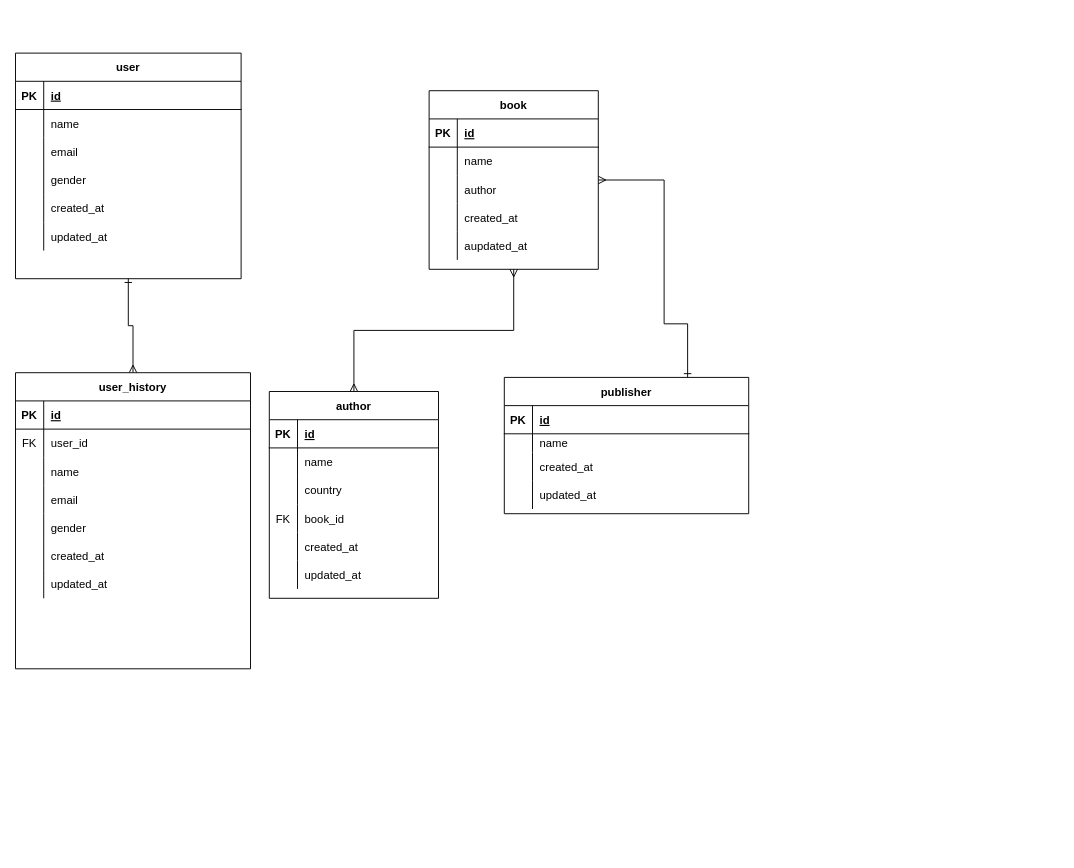
Above: bookmanager/book_erd.drawio in Yeongmin1992/springboot-fastcampus (draw.io), before the change. Source tidied: cells renumbered, new cells numbered last; positions are measured from the earlier drawing's top-left corner, leaving out a move shared by most shapes. Both pictures are drawn from the tidied source at 94%, with x=0, y=0 at pixel (15, 53).
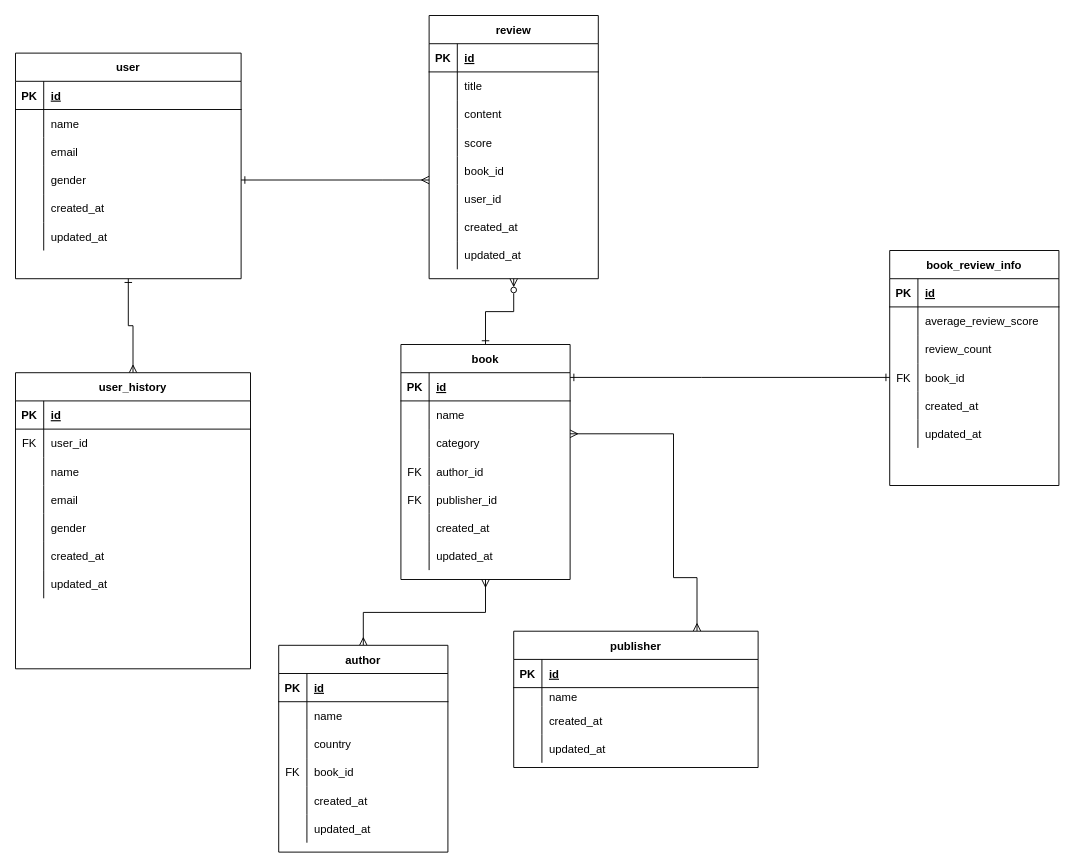
After the change.

The change refers to these unchanged cells:
```xml
<mxCell id="3" value="user" style="shape=table;startSize=30;childLayout=tableLayout;rowLines=0;fontStyle=1;align=center;" parent="1" vertex="1">
  <mxGeometry width="240" height="240" as="geometry" />
</mxCell>
<mxCell id="13" style="shape=partialRectangle;fillColor=none;top=0;left=0;bottom=0;right=0;points=[[0,0.5],[1,0.5]];portConstraint=eastwest;" parent="3" vertex="1">
  <mxGeometry y="120" width="240" height="30" as="geometry" />
</mxCell>
<mxCell id="22" value="user_history" style="shape=table;startSize=30;childLayout=tableLayout;rowLines=0;fontStyle=1;align=center;" parent="1" vertex="1">
  <mxGeometry y="340" width="250" height="315" as="geometry" />
</mxCell>
<mxCell id="53" style="shape=partialRectangle;fillColor=none;top=0;left=0;bottom=0;right=0;" parent="46" vertex="1">
  <mxGeometry y="90" width="180" height="30" as="geometry" />
</mxCell>
<mxCell id="56" style="shape=partialRectangle;fillColor=none;top=0;left=0;bottom=0;right=0;" parent="46" vertex="1">
  <mxGeometry y="120" width="180" height="30" as="geometry" />
</mxCell>
<mxCell id="59" style="shape=partialRectangle;fillColor=none;top=0;left=0;bottom=0;right=0;" parent="46" vertex="1">
  <mxGeometry y="150" width="180" height="30" as="geometry" />
</mxCell>
```

Diff of the diagram source:
```diff
@@
     <mxCell id="2" style="edgeStyle=orthogonalEdgeStyle;rounded=0;jettySize=auto;html=1;startArrow=ERone;startFill=0;endArrow=ERmany;endFill=0;" parent="1" edge="1" source="3" target="22">
-      <mxGeometry relative="1" as="geometry" />
+      <mxGeometry relative="1" as="geometry">
+        <Array as="points">
+          <mxPoint x="120" y="290" />
+          <mxPoint x="125" y="290" />
+        </Array>
+      </mxGeometry>
     </mxCell>
@@
-    <mxCell id="45" style="edgeStyle=orthogonalEdgeStyle;rounded=0;jettySize=auto;html=1;entryX=0.75;entryY=0;entryDx=0;entryDy=0;startArrow=ERmany;startFill=0;endArrow=ERone;endFill=0;" parent="1" edge="1" source="46" target="81">
+    <mxCell id="45" style="edgeStyle=orthogonalEdgeStyle;rounded=0;jettySize=auto;html=1;entryX=0.75;entryY=0;entryDx=0;entryDy=0;startArrow=ERmany;startFill=0;endArrow=ERmany;endFill=0;" parent="1" edge="1" source="46" target="81">
       <mxGeometry relative="1" as="geometry">
         <Array as="points">
-          <mxPoint x="690" y="135" />
-          <mxPoint x="690" y="288" />
-          <mxPoint x="715" y="288" />
+          <mxPoint x="700" y="405" />
+          <mxPoint x="700" y="558" />
+          <mxPoint x="725" y="558" />
         </Array>
       </mxGeometry>
     </mxCell>
+    <mxCell id="94" style="edgeStyle=orthogonalEdgeStyle;rounded=0;jettySize=auto;html=1;entryX=0.5;entryY=1;entryDx=0;entryDy=0;startArrow=ERone;startFill=0;endArrow=ERzeroToMany;endFill=0;" parent="1" edge="1" source="46" target="101">
+      <mxGeometry relative="1" as="geometry" />
+    </mxCell>
     <mxCell id="46" value="book" style="shape=table;startSize=30;childLayout=tableLayout;rowLines=0;fontStyle=1;align=center;" parent="1" vertex="1">
-      <mxGeometry x="440" y="40" width="180" height="190" as="geometry" />
+      <mxGeometry x="410" y="310" width="180" height="250" as="geometry" />
     </mxCell>
@@
-    <mxCell id="55" value="author" style="shape=partialRectangle;fillColor=none;top=0;left=0;bottom=0;right=0;align=left;spacingLeft=6;overflow=hidden;" parent="53" vertex="1">
+    <mxCell id="55" value="category" style="shape=partialRectangle;fillColor=none;top=0;left=0;bottom=0;right=0;align=left;spacingLeft=6;overflow=hidden;" parent="53" vertex="1">
       <mxGeometry x="30" width="150" height="30" as="geometry" />
     </mxCell>
@@
-    <mxCell id="57" style="shape=partialRectangle;fillColor=none;top=0;left=0;bottom=0;right=0;overflow=hidden;" parent="56" vertex="1">
+    <mxCell id="57" value="FK" style="shape=partialRectangle;fillColor=none;top=0;left=0;bottom=0;right=0;overflow=hidden;" parent="56" vertex="1">
       <mxGeometry width="30" height="30" as="geometry" />
     </mxCell>
-    <mxCell id="58" value="created_at" style="shape=partialRectangle;fillColor=none;top=0;left=0;bottom=0;right=0;align=left;spacingLeft=6;overflow=hidden;" parent="56" vertex="1">
+    <mxCell id="58" value="author_id" style="shape=partialRectangle;fillColor=none;top=0;left=0;bottom=0;right=0;align=left;spacingLeft=6;overflow=hidden;" parent="56" vertex="1">
       <mxGeometry x="30" width="150" height="30" as="geometry" />
     </mxCell>
@@
-    <mxCell id="60" style="shape=partialRectangle;fillColor=none;top=0;left=0;bottom=0;right=0;overflow=hidden;" parent="59" vertex="1">
+    <mxCell id="60" value="FK" style="shape=partialRectangle;fillColor=none;top=0;left=0;bottom=0;right=0;overflow=hidden;" parent="59" vertex="1">
       <mxGeometry width="30" height="30" as="geometry" />
     </mxCell>
-    <mxCell id="61" value="aupdated_at" style="shape=partialRectangle;fillColor=none;top=0;left=0;bottom=0;right=0;align=left;spacingLeft=6;overflow=hidden;" parent="59" vertex="1">
+    <mxCell id="61" value="publisher_id" style="shape=partialRectangle;fillColor=none;top=0;left=0;bottom=0;right=0;align=left;spacingLeft=6;overflow=hidden;" parent="59" vertex="1">
       <mxGeometry x="30" width="150" height="30" as="geometry" />
     </mxCell>
+    <mxCell id="95" style="shape=partialRectangle;fillColor=none;top=0;left=0;bottom=0;right=0;" parent="46" vertex="1">
+      <mxGeometry y="180" width="180" height="30" as="geometry" />
+    </mxCell>
+    <mxCell id="96" style="shape=partialRectangle;fillColor=none;top=0;left=0;bottom=0;right=0;overflow=hidden;" parent="95" vertex="1">
+      <mxGeometry width="30" height="30" as="geometry" />
+    </mxCell>
+    <mxCell id="97" value="created_at" style="shape=partialRectangle;fillColor=none;top=0;left=0;bottom=0;right=0;align=left;spacingLeft=6;overflow=hidden;" parent="95" vertex="1">
+      <mxGeometry x="30" width="150" height="30" as="geometry" />
+    </mxCell>
+    <mxCell id="98" style="shape=partialRectangle;fillColor=none;top=0;left=0;bottom=0;right=0;" parent="46" vertex="1">
+      <mxGeometry y="210" width="180" height="30" as="geometry" />
+    </mxCell>
+    <mxCell id="99" style="shape=partialRectangle;fillColor=none;top=0;left=0;bottom=0;right=0;overflow=hidden;" parent="98" vertex="1">
+      <mxGeometry width="30" height="30" as="geometry" />
+    </mxCell>
+    <mxCell id="100" value="updated_at" style="shape=partialRectangle;fillColor=none;top=0;left=0;bottom=0;right=0;align=left;spacingLeft=6;overflow=hidden;" parent="98" vertex="1">
+      <mxGeometry x="30" width="150" height="30" as="geometry" />
+    </mxCell>
     <mxCell id="62" value="author" style="shape=table;startSize=30;childLayout=tableLayout;rowLines=0;fontStyle=1;align=center;" parent="1" vertex="1">
-      <mxGeometry x="270" y="360" width="180" height="220" as="geometry" />
+      <mxGeometry x="280" y="630" width="180" height="220" as="geometry" />
     </mxCell>
@@
     <mxCell id="81" value="publisher" style="shape=table;startSize=30;childLayout=tableLayout;rowLines=0;fontStyle=1;align=center;" parent="1" vertex="1">
-      <mxGeometry x="520" y="345" width="260" height="145" as="geometry" />
+      <mxGeometry x="530" y="615" width="260" height="145" as="geometry" />
     </mxCell>
@@
+    <mxCell id="101" value="review" style="shape=table;startSize=30;childLayout=tableLayout;rowLines=0;fontStyle=1;align=center;" parent="1" vertex="1">
+      <mxGeometry x="440" y="-40" width="180" height="280" as="geometry" />
+    </mxCell>
+    <mxCell id="102" style="shape=partialRectangle;fillColor=none;top=0;left=0;bottom=1;right=0;" parent="101" vertex="1">
+      <mxGeometry y="30" width="180" height="30" as="geometry" />
+    </mxCell>
+    <mxCell id="103" value="PK" style="shape=partialRectangle;fillColor=none;top=0;left=0;bottom=0;right=0;fontStyle=1;overflow=hidden;" parent="102" vertex="1">
+      <mxGeometry width="30" height="30" as="geometry" />
+    </mxCell>
+    <mxCell id="104" value="id" style="shape=partialRectangle;fillColor=none;top=0;left=0;bottom=0;right=0;align=left;spacingLeft=6;fontStyle=5;overflow=hidden;" parent="102" vertex="1">
+      <mxGeometry x="30" width="150" height="30" as="geometry" />
+    </mxCell>
+    <mxCell id="105" style="shape=partialRectangle;fillColor=none;top=0;left=0;bottom=0;right=0;" parent="101" vertex="1">
+      <mxGeometry y="60" width="180" height="30" as="geometry" />
+    </mxCell>
+    <mxCell id="106" style="shape=partialRectangle;fillColor=none;top=0;left=0;bottom=0;right=0;overflow=hidden;" parent="105" vertex="1">
+      <mxGeometry width="30" height="30" as="geometry" />
+    </mxCell>
+    <mxCell id="107" value="title" style="shape=partialRectangle;fillColor=none;top=0;left=0;bottom=0;right=0;align=left;spacingLeft=6;overflow=hidden;" parent="105" vertex="1">
+      <mxGeometry x="30" width="150" height="30" as="geometry" />
+    </mxCell>
+    <mxCell id="108" style="shape=partialRectangle;fillColor=none;top=0;left=0;bottom=0;right=0;" parent="101" vertex="1">
+      <mxGeometry y="90" width="180" height="30" as="geometry" />
+    </mxCell>
+    <mxCell id="109" style="shape=partialRectangle;fillColor=none;top=0;left=0;bottom=0;right=0;overflow=hidden;" parent="108" vertex="1">
+      <mxGeometry width="30" height="30" as="geometry" />
+    </mxCell>
+    <mxCell id="110" value="content" style="shape=partialRectangle;fillColor=none;top=0;left=0;bottom=0;right=0;align=left;spacingLeft=6;overflow=hidden;" parent="108" vertex="1">
+      <mxGeometry x="30" width="150" height="30" as="geometry" />
+    </mxCell>
+    <mxCell id="111" style="shape=partialRectangle;fillColor=none;top=0;left=0;bottom=0;right=0;" parent="101" vertex="1">
+      <mxGeometry y="120" width="180" height="30" as="geometry" />
+    </mxCell>
+    <mxCell id="112" style="shape=partialRectangle;fillColor=none;top=0;left=0;bottom=0;right=0;overflow=hidden;" parent="111" vertex="1">
+      <mxGeometry width="30" height="30" as="geometry" />
+    </mxCell>
+    <mxCell id="113" value="score" style="shape=partialRectangle;fillColor=none;top=0;left=0;bottom=0;right=0;align=left;spacingLeft=6;overflow=hidden;" parent="111" vertex="1">
+      <mxGeometry x="30" width="150" height="30" as="geometry" />
+    </mxCell>
+    <mxCell id="114" style="shape=partialRectangle;fillColor=none;top=0;left=0;bottom=0;right=0;points=[[0,0.5],[1,0.5]];portConstraint=eastwest;" parent="101" vertex="1">
+      <mxGeometry y="150" width="180" height="30" as="geometry" />
+    </mxCell>
+    <mxCell id="115" style="shape=partialRectangle;fillColor=none;top=0;left=0;bottom=0;right=0;overflow=hidden;" parent="114" vertex="1">
+      <mxGeometry width="30" height="30" as="geometry" />
+    </mxCell>
+    <mxCell id="116" value="book_id" style="shape=partialRectangle;fillColor=none;top=0;left=0;bottom=0;right=0;align=left;spacingLeft=6;overflow=hidden;" parent="114" vertex="1">
+      <mxGeometry x="30" width="150" height="30" as="geometry" />
+    </mxCell>
+    <mxCell id="117" style="shape=partialRectangle;fillColor=none;top=0;left=0;bottom=0;right=0;" parent="101" vertex="1">
+      <mxGeometry y="180" width="180" height="30" as="geometry" />
+    </mxCell>
+    <mxCell id="118" style="shape=partialRectangle;fillColor=none;top=0;left=0;bottom=0;right=0;overflow=hidden;" parent="117" vertex="1">
+      <mxGeometry width="30" height="30" as="geometry" />
+    </mxCell>
+    <mxCell id="119" value="user_id" style="shape=partialRectangle;fillColor=none;top=0;left=0;bottom=0;right=0;align=left;spacingLeft=6;overflow=hidden;" parent="117" vertex="1">
+      <mxGeometry x="30" width="150" height="30" as="geometry" />
+    </mxCell>
+    <mxCell id="120" style="shape=partialRectangle;fillColor=none;top=0;left=0;bottom=0;right=0;" parent="101" vertex="1">
+      <mxGeometry y="210" width="180" height="30" as="geometry" />
+    </mxCell>
+    <mxCell id="121" style="shape=partialRectangle;fillColor=none;top=0;left=0;bottom=0;right=0;overflow=hidden;" parent="120" vertex="1">
+      <mxGeometry width="30" height="30" as="geometry" />
+    </mxCell>
+    <mxCell id="122" value="created_at" style="shape=partialRectangle;fillColor=none;top=0;left=0;bottom=0;right=0;align=left;spacingLeft=6;overflow=hidden;" parent="120" vertex="1">
+      <mxGeometry x="30" width="150" height="30" as="geometry" />
+    </mxCell>
+    <mxCell id="123" style="shape=partialRectangle;fillColor=none;top=0;left=0;bottom=0;right=0;" parent="101" vertex="1">
+      <mxGeometry y="240" width="180" height="30" as="geometry" />
+    </mxCell>
+    <mxCell id="124" style="shape=partialRectangle;fillColor=none;top=0;left=0;bottom=0;right=0;overflow=hidden;" parent="123" vertex="1">
+      <mxGeometry width="30" height="30" as="geometry" />
+    </mxCell>
+    <mxCell id="125" value="updated_at" style="shape=partialRectangle;fillColor=none;top=0;left=0;bottom=0;right=0;align=left;spacingLeft=6;overflow=hidden;" parent="123" vertex="1">
+      <mxGeometry x="30" width="150" height="30" as="geometry" />
+    </mxCell>
+    <mxCell id="126" style="edgeStyle=orthogonalEdgeStyle;rounded=0;jettySize=auto;html=1;startArrow=ERone;startFill=0;endArrow=ERmany;endFill=0;" parent="1" edge="1" source="13" target="114">
+      <mxGeometry relative="1" as="geometry">
+        <Array as="points">
+          <mxPoint x="390" y="135" />
+          <mxPoint x="390" y="135" />
+        </Array>
+      </mxGeometry>
+    </mxCell>
+    <mxCell id="127" value="book_review_info" style="shape=table;startSize=30;childLayout=tableLayout;rowLines=0;fontStyle=1;align=center;" parent="1" vertex="1">
+      <mxGeometry x="930" y="210" width="180" height="250" as="geometry" />
+    </mxCell>
+    <mxCell id="128" style="shape=partialRectangle;fillColor=none;top=0;left=0;bottom=1;right=0;" parent="127" vertex="1">
+      <mxGeometry y="30" width="180" height="30" as="geometry" />
+    </mxCell>
+    <mxCell id="129" value="PK" style="shape=partialRectangle;fillColor=none;top=0;left=0;bottom=0;right=0;fontStyle=1;overflow=hidden;" parent="128" vertex="1">
+      <mxGeometry width="30" height="30" as="geometry" />
+    </mxCell>
+    <mxCell id="130" value="id" style="shape=partialRectangle;fillColor=none;top=0;left=0;bottom=0;right=0;align=left;spacingLeft=6;fontStyle=5;overflow=hidden;" parent="128" vertex="1">
+      <mxGeometry x="30" width="150" height="30" as="geometry" />
+    </mxCell>
+    <mxCell id="131" style="shape=partialRectangle;fillColor=none;top=0;left=0;bottom=0;right=0;" parent="127" vertex="1">
+      <mxGeometry y="60" width="180" height="30" as="geometry" />
+    </mxCell>
+    <mxCell id="132" style="shape=partialRectangle;fillColor=none;top=0;left=0;bottom=0;right=0;overflow=hidden;" parent="131" vertex="1">
+      <mxGeometry width="30" height="30" as="geometry" />
+    </mxCell>
+    <mxCell id="133" value="average_review_score" style="shape=partialRectangle;fillColor=none;top=0;left=0;bottom=0;right=0;align=left;spacingLeft=6;overflow=hidden;" parent="131" vertex="1">
+      <mxGeometry x="30" width="150" height="30" as="geometry" />
+    </mxCell>
+    <mxCell id="134" style="shape=partialRectangle;fillColor=none;top=0;left=0;bottom=0;right=0;" parent="127" vertex="1">
+      <mxGeometry y="90" width="180" height="30" as="geometry" />
+    </mxCell>
+    <mxCell id="135" style="shape=partialRectangle;fillColor=none;top=0;left=0;bottom=0;right=0;overflow=hidden;" parent="134" vertex="1">
+      <mxGeometry width="30" height="30" as="geometry" />
+    </mxCell>
+    <mxCell id="136" value="review_count" style="shape=partialRectangle;fillColor=none;top=0;left=0;bottom=0;right=0;align=left;spacingLeft=6;overflow=hidden;" parent="134" vertex="1">
+      <mxGeometry x="30" width="150" height="30" as="geometry" />
+    </mxCell>
+    <mxCell id="137" style="shape=partialRectangle;fillColor=none;top=0;left=0;bottom=0;right=0;points=[[0,0.5],[1,0.5]];portConstraint=eastwest;" parent="127" vertex="1">
+      <mxGeometry y="120" width="180" height="30" as="geometry" />
+    </mxCell>
+    <mxCell id="138" value="FK" style="shape=partialRectangle;fillColor=none;top=0;left=0;bottom=0;right=0;overflow=hidden;" parent="137" vertex="1">
+      <mxGeometry width="30" height="30" as="geometry" />
+    </mxCell>
+    <mxCell id="139" value="book_id" style="shape=partialRectangle;fillColor=none;top=0;left=0;bottom=0;right=0;align=left;spacingLeft=6;overflow=hidden;" parent="137" vertex="1">
+      <mxGeometry x="30" width="150" height="30" as="geometry" />
+    </mxCell>
+    <mxCell id="140" style="shape=partialRectangle;fillColor=none;top=0;left=0;bottom=0;right=0;" parent="127" vertex="1">
+      <mxGeometry y="150" width="180" height="30" as="geometry" />
+    </mxCell>
+    <mxCell id="141" style="shape=partialRectangle;fillColor=none;top=0;left=0;bottom=0;right=0;overflow=hidden;" parent="140" vertex="1">
+      <mxGeometry width="30" height="30" as="geometry" />
+    </mxCell>
+    <mxCell id="142" value="created_at" style="shape=partialRectangle;fillColor=none;top=0;left=0;bottom=0;right=0;align=left;spacingLeft=6;overflow=hidden;" parent="140" vertex="1">
+      <mxGeometry x="30" width="150" height="30" as="geometry" />
+    </mxCell>
+    <mxCell id="143" style="shape=partialRectangle;fillColor=none;top=0;left=0;bottom=0;right=0;" parent="127" vertex="1">
+      <mxGeometry y="180" width="180" height="30" as="geometry" />
+    </mxCell>
+    <mxCell id="144" style="shape=partialRectangle;fillColor=none;top=0;left=0;bottom=0;right=0;overflow=hidden;" parent="143" vertex="1">
+      <mxGeometry width="30" height="30" as="geometry" />
+    </mxCell>
+    <mxCell id="145" value="updated_at" style="shape=partialRectangle;fillColor=none;top=0;left=0;bottom=0;right=0;align=left;spacingLeft=6;overflow=hidden;" parent="143" vertex="1">
+      <mxGeometry x="30" width="150" height="30" as="geometry" />
+    </mxCell>
+    <mxCell id="146" style="edgeStyle=orthogonalEdgeStyle;rounded=0;jettySize=auto;html=1;startArrow=ERone;startFill=0;endArrow=ERone;endFill=0;entryX=0;entryY=0.5;entryDx=0;entryDy=0;" parent="1" edge="1" source="46" target="137">
+      <mxGeometry relative="1" as="geometry">
+        <Array as="points">
+          <mxPoint x="730" y="345" />
+          <mxPoint x="730" y="345" />
+        </Array>
+      </mxGeometry>
+    </mxCell>
```
